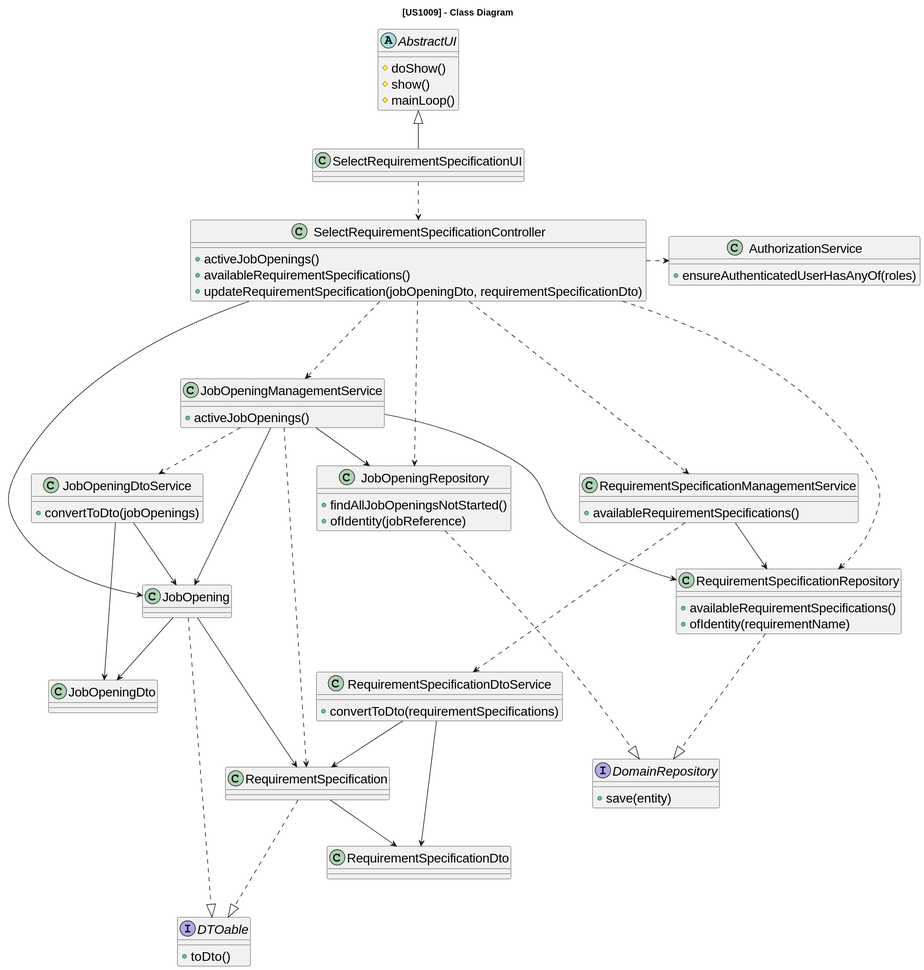
Above: docs/sb_us_1009/class-diagram.svg in rita-barbosa/LAPR4-2324 (PlantUML), before the change.
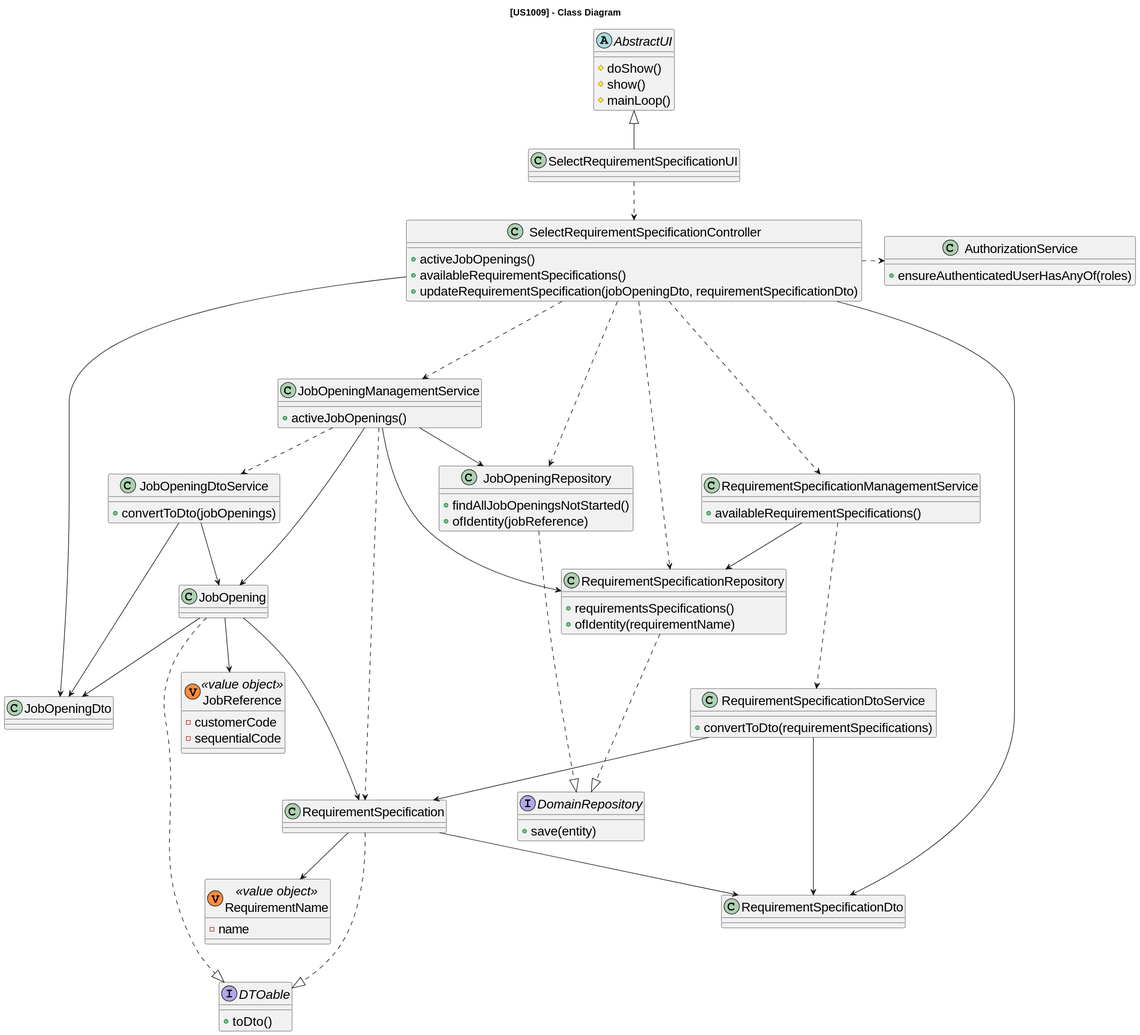
After the change.

Change to the diagram source:
```diff
@@ -40,7 +40,7 @@
 + ofIdentity(jobReference)
 }
 class RequirementSpecificationRepository{
-+ availableRequirementSpecifications()
++ requirementsSpecifications()
 + ofIdentity(requirementName)
 }
 interface DomainRepository{
@@ -53,7 +53,13 @@
 interface DTOable {
 + toDto()
 }
-
+class RequirementName <<(V,#FF8B40) value object>> {
+- name
+}
+class JobReference <<(V,#FF8B40) value object>> {
+- customerCode
+- sequentialCode
+}
 
 AbstractUI <|-- SelectRequirementSpecificationUI
 SelectRequirementSpecificationUI .-> SelectRequirementSpecificationController
@@ -63,7 +69,8 @@
 SelectRequirementSpecificationController .--> RequirementSpecificationManagementService
 SelectRequirementSpecificationController .--> JobOpeningRepository
 SelectRequirementSpecificationController .--> RequirementSpecificationRepository
-SelectRequirementSpecificationController --> JobOpening
+SelectRequirementSpecificationController --> JobOpeningDto
+SelectRequirementSpecificationController --> RequirementSpecificationDto
 
 JobOpeningManagementService --> JobOpeningRepository
 JobOpeningManagementService .-> JobOpeningDtoService
@@ -86,4 +93,6 @@
 JobOpening --> JobOpeningDto
 RequirementSpecification --> RequirementSpecificationDto
 JobOpening ---> RequirementSpecification
+RequirementSpecification --> RequirementName
+JobOpening --> JobReference
 @enduml
```
